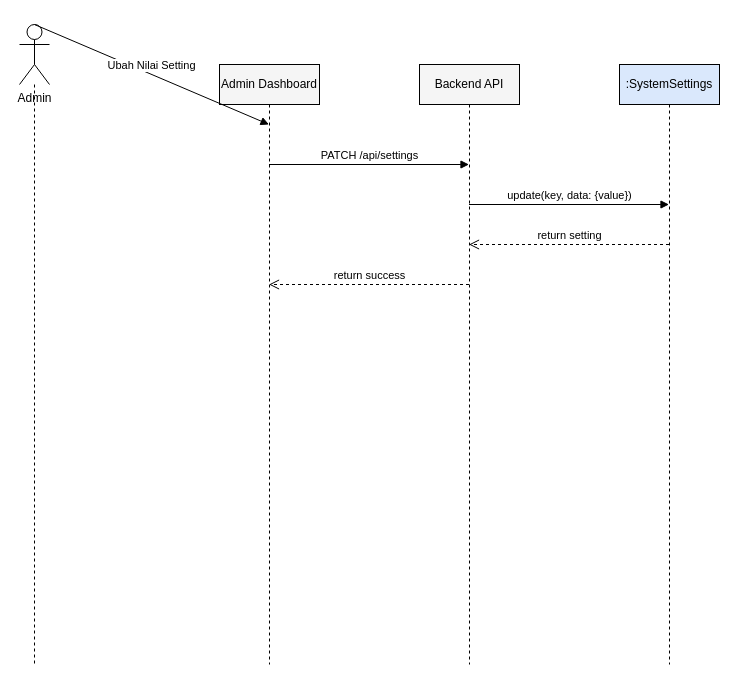
Earlier version of the draw.io diagram docs/sequence_admin_update_settings.drawio (muhammaddzaki123/adminkassmpit). Source tidied: cells renumbered, new cells numbered last; positions are measured from the earlier drawing's top-left corner, leaving out a move shared by most shapes. Both pictures are drawn from the tidied source at 100%, with x=0, y=0 at pixel (19, 24).
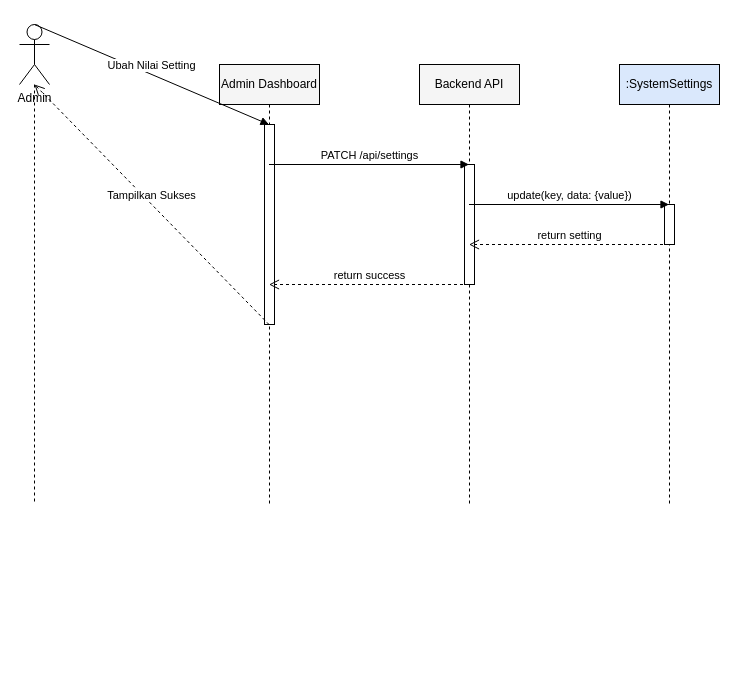
The same diagram, later.

Diff of the diagram source:
```diff
@@
 <mxGraphModel>
   <root>
     <mxCell id="0" />
     <mxCell id="1" parent="0" />
     <mxCell id="2" value="Admin" style="shape=umlActor;verticalLabelPosition=bottom;verticalAlign=top;html=1;outlineConnect=0;" parent="1" vertex="1">
       <mxGeometry width="30" height="60" as="geometry" />
     </mxCell>
     <mxCell id="3" style="endArrow=none;dashed=1;html=1;" parent="1" edge="1" source="2">
       <mxGeometry relative="1" as="geometry">
-        <mxPoint x="15" y="640" as="targetPoint" />
+        <mxPoint x="15" y="480" as="targetPoint" />
       </mxGeometry>
     </mxCell>
     <mxCell id="4" value="Admin Dashboard" style="shape=umlLifeline;perimeter=lifelinePerimeter;whiteSpace=wrap;html=1;outlineConnect=0;fillColor=#f5f5f5;" parent="1" vertex="1">
-      <mxGeometry x="200" y="40" width="100" height="600" as="geometry" />
+      <mxGeometry x="200" y="40" width="100" height="440" as="geometry" />
     </mxCell>
     <mxCell id="5" value="Backend API" style="shape=umlLifeline;perimeter=lifelinePerimeter;whiteSpace=wrap;html=1;outlineConnect=0;fillColor=#f5f5f5;" parent="1" vertex="1">
-      <mxGeometry x="400" y="40" width="100" height="600" as="geometry" />
+      <mxGeometry x="400" y="40" width="100" height="440" as="geometry" />
     </mxCell>
     <mxCell id="6" value=":SystemSettings" style="shape=umlLifeline;perimeter=lifelinePerimeter;whiteSpace=wrap;html=1;outlineConnect=0;fillColor=#dae8fc;" parent="1" vertex="1">
-      <mxGeometry x="600" y="40" width="100" height="600" as="geometry" />
+      <mxGeometry x="600" y="40" width="100" height="440" as="geometry" />
     </mxCell>
-    <mxCell id="7" value="Ubah Nilai Setting" style="html=1;verticalAlign=bottom;endArrow=block;rounded=0;entryX=0.5;entryY=0.1;exitX=0.5;exitY=0.1;" parent="1" edge="1" source="2" target="4">
-      <mxGeometry relative="1" as="geometry" />
+    <mxCell id="7" style="html=1;perimeter=orthogonalPerimeter;fillColor=#FFFFFF;strokeColor=#000000;" parent="1" vertex="1">
+      <mxGeometry x="645" y="180" width="10" height="40" as="geometry" />
     </mxCell>
-    <mxCell id="8" value="PATCH /api/settings" style="html=1;verticalAlign=bottom;endArrow=block;rounded=0;entryX=0.5;entryY=0.16666666666666666;exitX=0.5;exitY=0.16666666666666666;" parent="1" edge="1" source="4" target="5">
-      <mxGeometry relative="1" as="geometry" />
+    <mxCell id="8" style="html=1;perimeter=orthogonalPerimeter;fillColor=#FFFFFF;strokeColor=#000000;" parent="1" vertex="1">
+      <mxGeometry x="445" y="140" width="10" height="120" as="geometry" />
     </mxCell>
-    <mxCell id="9" value="update(key, data: {value})" style="html=1;verticalAlign=bottom;endArrow=block;rounded=0;entryX=0.5;entryY=0.23333333333333334;exitX=0.5;exitY=0.23333333333333334;" parent="1" edge="1" source="5" target="6">
-      <mxGeometry relative="1" as="geometry" />
+    <mxCell id="9" style="html=1;perimeter=orthogonalPerimeter;fillColor=#FFFFFF;strokeColor=#000000;" parent="1" vertex="1">
+      <mxGeometry x="245" y="100" width="10" height="200" as="geometry" />
     </mxCell>
-    <mxCell id="10" value="return setting" style="html=1;verticalAlign=bottom;endArrow=open;dashed=1;endSize=8;rounded=0;entryX=0.5;entryY=0.3;exitX=0.5;exitY=0.3;" parent="1" edge="1" source="6" target="5">
+    <mxCell id="10" value="Ubah Nilai Setting" style="html=1;verticalAlign=bottom;endArrow=block;rounded=0;entryX=0.5;entryY=0.13636363636363635;exitX=0.5;exitY=0.13636363636363635;" parent="1" edge="1" source="2" target="4">
       <mxGeometry relative="1" as="geometry" />
     </mxCell>
-    <mxCell id="11" value="return success" style="html=1;verticalAlign=bottom;endArrow=open;dashed=1;endSize=8;rounded=0;entryX=0.5;entryY=0.36666666666666664;exitX=0.5;exitY=0.36666666666666664;" parent="1" edge="1" source="5" target="4">
+    <mxCell id="11" value="PATCH /api/settings" style="html=1;verticalAlign=bottom;endArrow=block;rounded=0;entryX=0.5;entryY=0.22727272727272727;exitX=0.5;exitY=0.22727272727272727;" parent="1" edge="1" source="4" target="5">
       <mxGeometry relative="1" as="geometry" />
     </mxCell>
+    <mxCell id="12" value="update(key, data: {value})" style="html=1;verticalAlign=bottom;endArrow=block;rounded=0;entryX=0.5;entryY=0.3181818181818182;exitX=0.5;exitY=0.3181818181818182;" parent="1" edge="1" source="5" target="6">
+      <mxGeometry relative="1" as="geometry" />
+    </mxCell>
+    <mxCell id="13" value="return setting" style="html=1;verticalAlign=bottom;endArrow=open;dashed=1;endSize=8;rounded=0;entryX=0.5;entryY=0.4090909090909091;exitX=0.5;exitY=0.4090909090909091;" parent="1" edge="1" source="6" target="5">
+      <mxGeometry relative="1" as="geometry" />
+    </mxCell>
+    <mxCell id="14" value="return success" style="html=1;verticalAlign=bottom;endArrow=open;dashed=1;endSize=8;rounded=0;entryX=0.5;entryY=0.5;exitX=0.5;exitY=0.5;" parent="1" edge="1" source="5" target="4">
+      <mxGeometry relative="1" as="geometry" />
+    </mxCell>
+    <mxCell id="15" value="Tampilkan Sukses" style="html=1;verticalAlign=bottom;endArrow=open;dashed=1;endSize=8;rounded=0;entryX=0.5;entryY=0.5909090909090909;exitX=0.5;exitY=0.5909090909090909;" parent="1" edge="1" source="4" target="2">
+      <mxGeometry relative="1" as="geometry" />
+    </mxCell>
   </root>
 </mxGraphModel>
```
